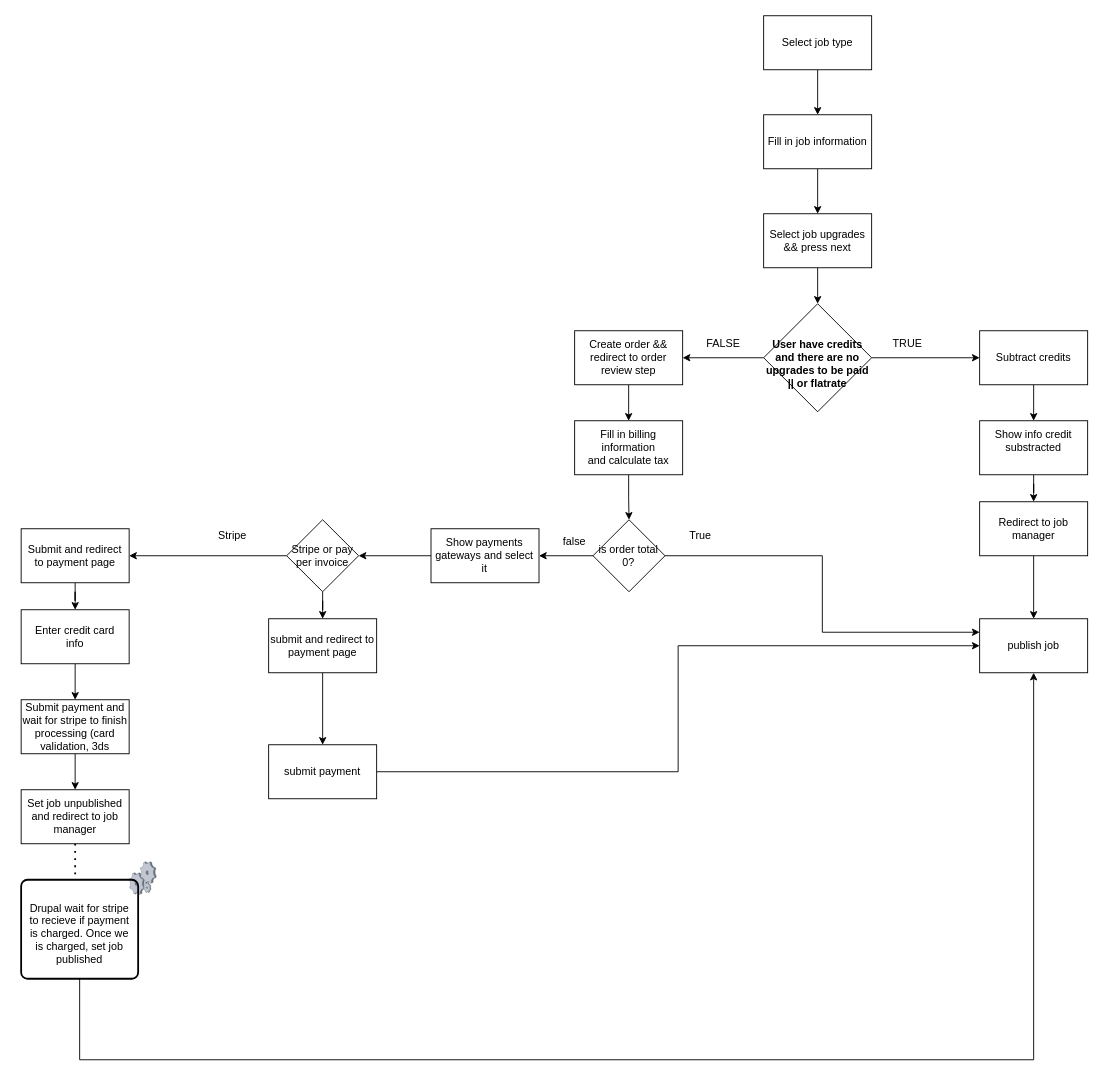
This is new_checkout.drawio from alesbencina/ad_challenge, a draw.io file, before an edit. Source tidied: cells renumbered, new cells numbered last; positions are measured from the earlier drawing's top-left corner, leaving out a move shared by most shapes. Both pictures are drawn from the tidied source at 90%, with x=0, y=0 at pixel (21, 15).
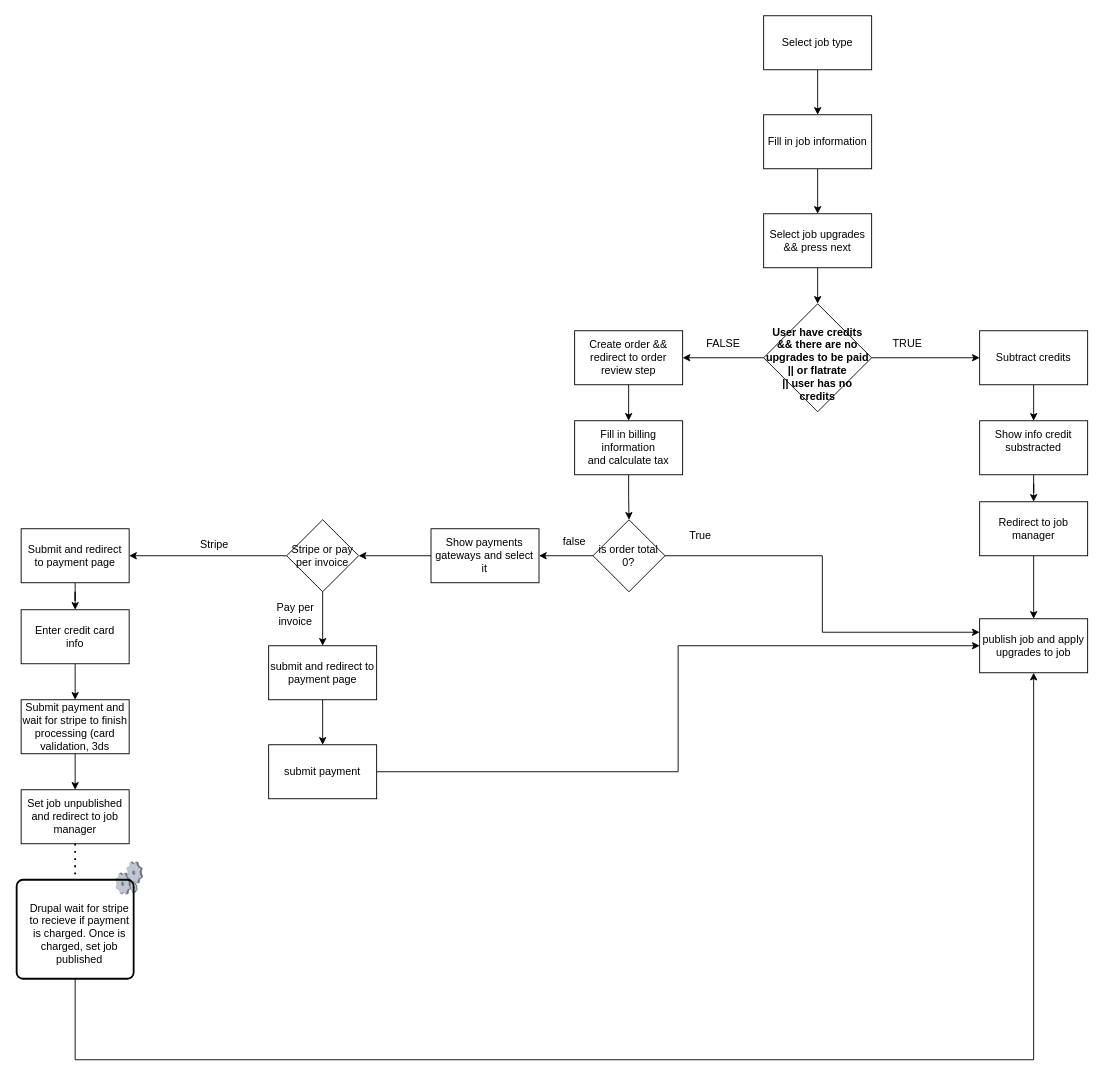
The same diagram, later.

The edit, as a diff of the source:
```diff
@@
-    <mxCell id="10" value="&lt;b&gt;&lt;br&gt;User have credits and there are no upgrades to be paid || or flatrate&lt;br&gt;&lt;/b&gt;" style="rhombus;whiteSpace=wrap;html=1;rounded=0;" parent="1" vertex="1">
+    <mxCell id="10" value="&lt;b&gt;&lt;br&gt;User have credits &amp;amp;&amp;amp; there are no upgrades to be paid || or flatrate&lt;br&gt;|| user has no credits&lt;br&gt;&lt;/b&gt;" style="rhombus;whiteSpace=wrap;html=1;rounded=0;" parent="1" vertex="1">
       <mxGeometry x="825" y="320" width="120" height="120" as="geometry" />
     </mxCell>
@@
-    <mxCell id="26" value="publish job" style="whiteSpace=wrap;html=1;rounded=0;" parent="1" vertex="1">
+    <mxCell id="26" value="publish job and apply upgrades to job" style="whiteSpace=wrap;html=1;rounded=0;" parent="1" vertex="1">
       <mxGeometry x="1065" y="670" width="120" height="60" as="geometry" />
     </mxCell>
     <mxCell id="27" style="verticalLabelPosition=bottom;sketch=0;html=1;verticalAlign=top;strokeColor=none;align=center;shape=mxgraph.citrix.process;" parent="1" vertex="1">
-      <mxGeometry x="120" y="940" width="30.2" height="36" as="geometry" />
+      <mxGeometry x="105" y="940" width="30.2" height="36" as="geometry" />
     </mxCell>
-    <mxCell id="28" value="Drupal wait for stripe to recieve if payment is charged. Once we is charged, set job published" style="text;html=1;strokeColor=none;fillColor=none;align=center;verticalAlign=middle;whiteSpace=wrap;rounded=0;" parent="1" vertex="1">
+    <mxCell id="28" value="Drupal wait for stripe to recieve if payment is charged. Once is charged, set job published" style="text;html=1;strokeColor=none;fillColor=none;align=center;verticalAlign=middle;whiteSpace=wrap;rounded=0;" parent="1" vertex="1">
       <mxGeometry x="5" y="940" width="120" height="160" as="geometry" />
     </mxCell>
@@
     <mxCell id="32" style="rounded=1;whiteSpace=wrap;html=1;absoluteArcSize=1;arcSize=14;strokeWidth=2;fillColor=none;" parent="1" vertex="1">
-      <mxGeometry y="960" width="130" height="110" as="geometry" />
+      <mxGeometry x="-5" y="960" width="130" height="110" as="geometry" />
     </mxCell>
@@
     <mxCell id="43" value="&lt;div&gt;Stripe&lt;/div&gt;&lt;div&gt;&lt;br&gt;&lt;/div&gt;" style="text;html=1;strokeColor=none;fillColor=none;align=center;verticalAlign=middle;whiteSpace=wrap;rounded=0;" parent="1" vertex="1">
-      <mxGeometry x="205" y="570" width="60" height="30" as="geometry" />
+      <mxGeometry x="185" y="580" width="60" height="30" as="geometry" />
     </mxCell>
@@
     <mxCell id="45" value="submit and redirect to payment page" style="whiteSpace=wrap;html=1;rounded=0;" parent="1" vertex="1">
-      <mxGeometry x="275" y="670" width="120" height="60" as="geometry" />
+      <mxGeometry x="275" y="700" width="120" height="60" as="geometry" />
     </mxCell>
@@
+    <mxCell id="51" value="Pay per invoice" style="text;html=1;strokeColor=none;fillColor=none;align=center;verticalAlign=middle;whiteSpace=wrap;rounded=0;" parent="1" vertex="1">
+      <mxGeometry x="275" y="650" width="60" height="30" as="geometry" />
+    </mxCell>
```
